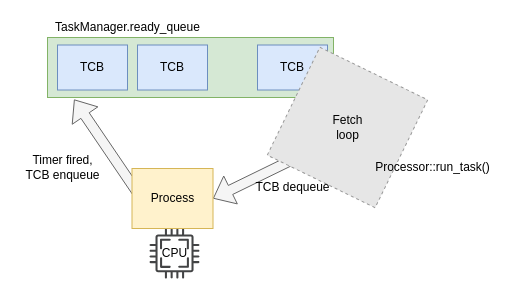
Before: rcore-process.drawio in justxuewei/draw.io, a draw.io diagram. Source tidied: cells renumbered, new cells numbered last; positions are measured from the earlier drawing's top-left corner, leaving out a move shared by most shapes. Both pictures are drawn from the tidied source at 100%, with x=0, y=0 at pixel (17, 17). Pictures stored in the file or linked from it are replaced by grey dashed boxes.
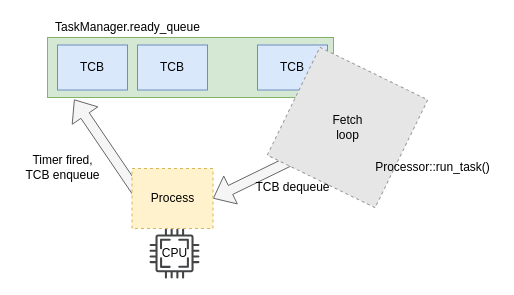
Above is the later version.

The edit, as a diff of the source:
```diff
@@
 <mxGraphModel>
   <root>
     <mxCell id="0" />
     <mxCell id="1" parent="0" />
     <mxCell id="2" style="shape=flexArrow;endArrow=classic;html=1;rounded=0;fontColor=#007FFF;entryX=0.093;entryY=1.032;entryDx=0;entryDy=0;fillColor=#f5f5f5;strokeColor=#666666;exitX=0.191;exitY=0.65;exitDx=0;exitDy=0;entryPerimeter=0;exitPerimeter=0;" parent="1" edge="1" source="13" target="4">
       <mxGeometry relative="1" as="geometry" />
     </mxCell>
     <mxCell id="3" style="shape=flexArrow;endArrow=classic;html=1;rounded=0;fontColor=#007FFF;entryX=1;entryY=0.5;entryDx=0;entryDy=0;fillColor=#f5f5f5;strokeColor=#666666;" parent="1" edge="1" target="13">
       <mxGeometry relative="1" as="geometry">
         <mxPoint x="300" y="130" as="sourcePoint" />
       </mxGeometry>
     </mxCell>
     <mxCell id="4" style="rounded=0;whiteSpace=wrap;html=1;fillColor=#d5e8d4;strokeColor=#82b366;" parent="1" vertex="1">
       <mxGeometry x="30" y="20" width="286" height="60" as="geometry" />
     </mxCell>
     <mxCell id="5" value="TCB" style="rounded=0;whiteSpace=wrap;html=1;fillColor=#dae8fc;strokeColor=#6c8ebf;" parent="1" vertex="1">
       <mxGeometry x="40" y="27.5" width="70" height="45" as="geometry" />
     </mxCell>
     <mxCell id="6" value="TCB" style="rounded=0;whiteSpace=wrap;html=1;fillColor=#dae8fc;strokeColor=#6c8ebf;" parent="1" vertex="1">
       <mxGeometry x="120" y="27.5" width="70" height="45" as="geometry" />
     </mxCell>
     <mxCell id="7" value="TCB" style="rounded=0;whiteSpace=wrap;html=1;fillColor=#dae8fc;strokeColor=#6c8ebf;" parent="1" vertex="1">
       <mxGeometry x="240" y="27.5" width="70" height="45" as="geometry" />
     </mxCell>
     <mxCell id="8" value="TaskManager.ready_queue" style="text;html=1;align=center;verticalAlign=middle;strokeColor=none;fillColor=none;" parent="1" vertex="1">
       <mxGeometry x="30" width="160" height="20" as="geometry" />
     </mxCell>
     <mxCell id="9" style="fillColor=#E6E6E6;strokeColor=#999999;dashed=1;verticalLabelPosition=bottom;labelBackgroundColor=default;verticalAlign=top;rotation=-154;" parent="1" vertex="1">
       <mxGeometry x="270" y="50" width="120" height="120" as="geometry" />
     </mxCell>
     <mxCell id="10" value="Fetch &lt;br&gt;loop" style="text;html=1;align=center;verticalAlign=middle;" parent="1" vertex="1">
       <mxGeometry x="305" y="95" width="50" height="30" as="geometry" />
     </mxCell>
     <mxCell id="11" value="Processor::run_task()" style="text;html=1;align=center;verticalAlign=middle;strokeColor=none;fillColor=none;" parent="1" vertex="1">
       <mxGeometry x="350" y="140" width="130" height="20" as="geometry" />
     </mxCell>
     <mxCell id="12" style="sketch=0;shadow=0;dashed=0;html=1;strokeColor=none;fillColor=#434445;labelPosition=center;verticalLabelPosition=bottom;verticalAlign=top;align=center;shape=mxgraph.vvd.cpu;fontColor=#007FFF;" parent="1" vertex="1">
       <mxGeometry x="132" y="211" width="50" height="50" as="geometry" />
     </mxCell>
-    <mxCell id="13" value="Process" style="rounded=0;whiteSpace=wrap;html=1;strokeColor=#d6b656;strokeWidth=1;fillColor=#fff2cc;" parent="1" vertex="1">
+    <mxCell id="13" value="Process" style="rounded=0;whiteSpace=wrap;html=1;strokeColor=#d6b656;strokeWidth=1;fillColor=#fff2cc;dashed=1;" parent="1" vertex="1">
       <mxGeometry x="114.5" y="151" width="81" height="60" as="geometry" />
     </mxCell>
     <mxCell id="14" value="&lt;font color=&quot;#000000&quot;&gt;CPU&lt;/font&gt;" style="text;html=1;align=center;verticalAlign=middle;strokeColor=none;fillColor=none;fontColor=#007FFF;" parent="1" vertex="1">
       <mxGeometry x="137" y="226" width="40" height="20" as="geometry" />
     </mxCell>
     <mxCell id="15" value="Timer fired,&lt;br&gt;TCB enqueue" style="text;html=1;align=center;verticalAlign=middle;strokeColor=none;fillColor=none;fontColor=#000000;" parent="1" vertex="1">
       <mxGeometry y="135" width="90" height="30" as="geometry" />
     </mxCell>
     <mxCell id="16" value="TCB dequeue" style="text;html=1;align=center;verticalAlign=middle;strokeColor=none;fillColor=none;fontColor=#000000;" parent="1" vertex="1">
       <mxGeometry x="230" y="160" width="90" height="20" as="geometry" />
     </mxCell>
   </root>
 </mxGraphModel>
```
